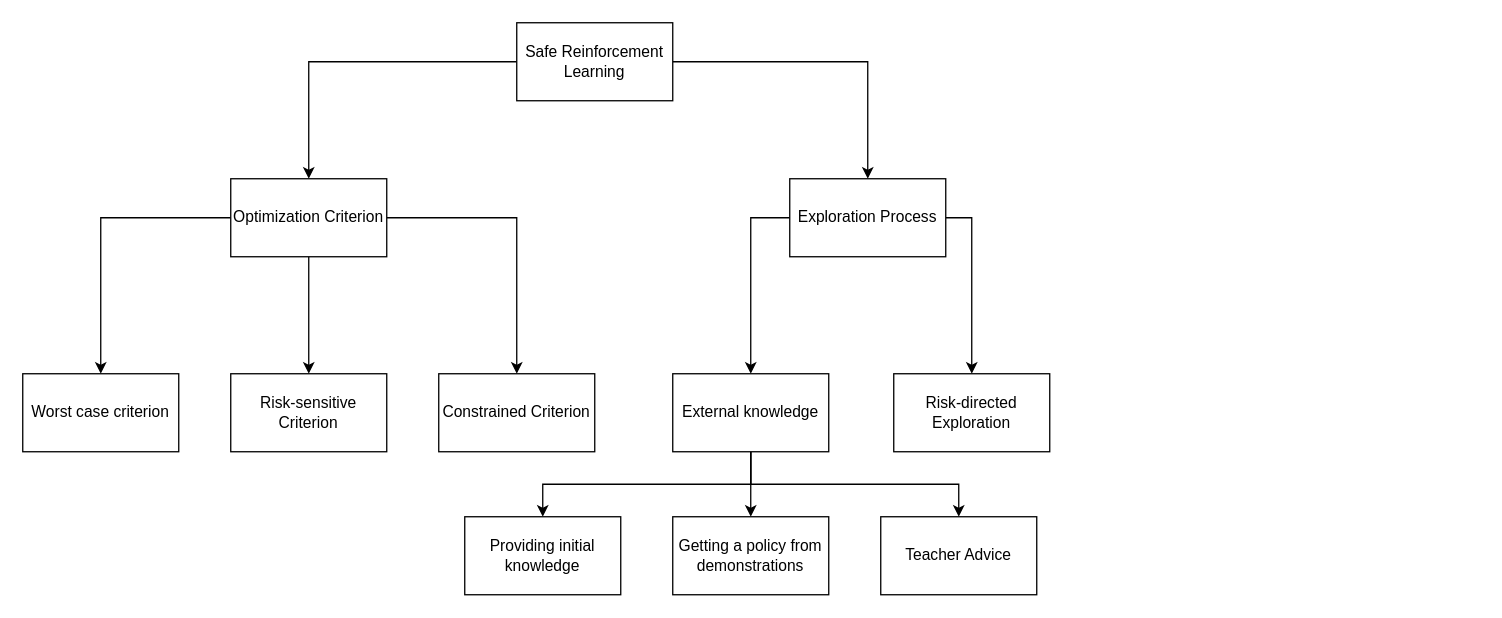
This is figs/SafeRLClassify.drawio from bobkatla/Honours_SafeRLWithXAI, a draw.io file, before an edit. Source tidied: cells renumbered, new cells numbered last; positions are measured from the earlier drawing's top-left corner, leaving out a move shared by most shapes. Both pictures are drawn from the tidied source at 130%, with x=0, y=0 at pixel (22, 22).
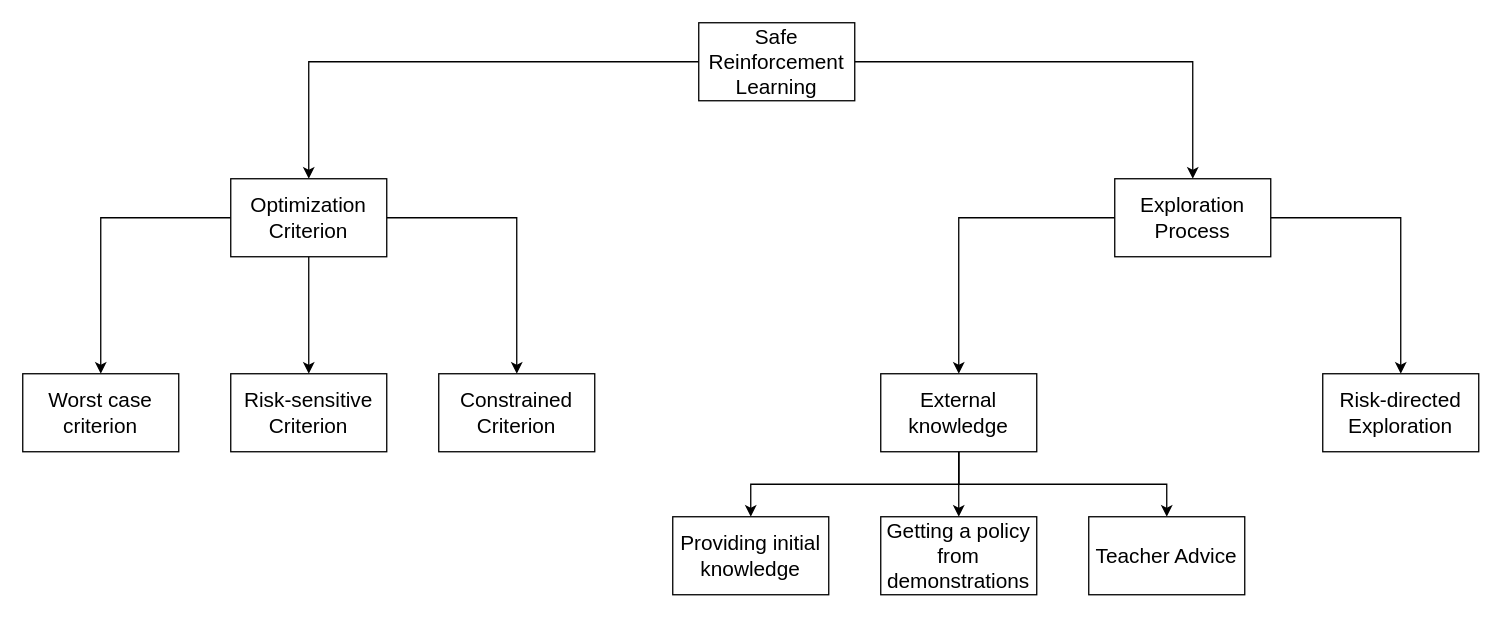
After the change.

Diff of the diagram source:
```diff
@@
-    <mxCell id="2" style="edgeStyle=orthogonalEdgeStyle;rounded=0;jettySize=auto;html=1;entryX=0.5;entryY=0;entryDx=0;entryDy=0;" parent="1" edge="1" source="4" target="8">
+    <mxCell id="2" style="edgeStyle=orthogonalEdgeStyle;rounded=0;jettySize=auto;html=1;entryX=0.5;entryY=0;entryDx=0;entryDy=0;fontSize=16;" parent="1" edge="1" source="4" target="8">
       <mxGeometry relative="1" as="geometry" />
     </mxCell>
-    <mxCell id="3" style="edgeStyle=orthogonalEdgeStyle;rounded=0;jettySize=auto;html=1;exitX=1;exitY=0.5;exitDx=0;exitDy=0;entryX=0.5;entryY=0;entryDx=0;entryDy=0;" parent="1" edge="1" source="4" target="11">
+    <mxCell id="3" style="edgeStyle=orthogonalEdgeStyle;rounded=0;jettySize=auto;html=1;exitX=1;exitY=0.5;exitDx=0;exitDy=0;entryX=0.5;entryY=0;entryDx=0;entryDy=0;fontSize=16;" parent="1" edge="1" source="4" target="11">
       <mxGeometry relative="1" as="geometry" />
     </mxCell>
-    <mxCell id="4" value="Safe Reinforcement Learning" style="rounded=0;whiteSpace=wrap;html=1;" parent="1" vertex="1">
-      <mxGeometry x="380" width="120" height="60" as="geometry" />
+    <mxCell id="4" value="Safe Reinforcement Learning" style="rounded=0;whiteSpace=wrap;html=1;fontSize=16;" parent="1" vertex="1">
+      <mxGeometry x="520" width="120" height="60" as="geometry" />
     </mxCell>
-    <mxCell id="5" style="edgeStyle=orthogonalEdgeStyle;rounded=0;jettySize=auto;html=1;exitX=0;exitY=0.5;exitDx=0;exitDy=0;entryX=0.5;entryY=0;entryDx=0;entryDy=0;" parent="1" edge="1" source="8" target="12">
+    <mxCell id="5" style="edgeStyle=orthogonalEdgeStyle;rounded=0;jettySize=auto;html=1;exitX=0;exitY=0.5;exitDx=0;exitDy=0;entryX=0.5;entryY=0;entryDx=0;entryDy=0;fontSize=16;" parent="1" edge="1" source="8" target="12">
       <mxGeometry relative="1" as="geometry" />
     </mxCell>
-    <mxCell id="6" style="edgeStyle=orthogonalEdgeStyle;rounded=0;jettySize=auto;html=1;exitX=0.5;exitY=1;exitDx=0;exitDy=0;entryX=0.5;entryY=0;entryDx=0;entryDy=0;" parent="1" edge="1" source="8" target="14">
+    <mxCell id="6" style="edgeStyle=orthogonalEdgeStyle;rounded=0;jettySize=auto;html=1;exitX=0.5;exitY=1;exitDx=0;exitDy=0;entryX=0.5;entryY=0;entryDx=0;entryDy=0;fontSize=16;" parent="1" edge="1" source="8" target="14">
       <mxGeometry relative="1" as="geometry" />
     </mxCell>
-    <mxCell id="7" style="edgeStyle=orthogonalEdgeStyle;rounded=0;jettySize=auto;html=1;exitX=1;exitY=0.5;exitDx=0;exitDy=0;entryX=0.5;entryY=0;entryDx=0;entryDy=0;" parent="1" edge="1" source="8" target="13">
+    <mxCell id="7" style="edgeStyle=orthogonalEdgeStyle;rounded=0;jettySize=auto;html=1;exitX=1;exitY=0.5;exitDx=0;exitDy=0;entryX=0.5;entryY=0;entryDx=0;entryDy=0;fontSize=16;" parent="1" edge="1" source="8" target="13">
       <mxGeometry relative="1" as="geometry" />
     </mxCell>
-    <mxCell id="8" value="Optimization Criterion" style="rounded=0;whiteSpace=wrap;html=1;" parent="1" vertex="1">
+    <mxCell id="8" value="Optimization Criterion" style="rounded=0;whiteSpace=wrap;html=1;fontSize=16;" parent="1" vertex="1">
       <mxGeometry x="160" y="120" width="120" height="60" as="geometry" />
     </mxCell>
-    <mxCell id="9" style="edgeStyle=orthogonalEdgeStyle;rounded=0;jettySize=auto;html=1;exitX=0;exitY=0.5;exitDx=0;exitDy=0;" parent="1" edge="1" source="11" target="18">
+    <mxCell id="9" style="edgeStyle=orthogonalEdgeStyle;rounded=0;jettySize=auto;html=1;exitX=0;exitY=0.5;exitDx=0;exitDy=0;fontSize=16;" parent="1" edge="1" source="11" target="18">
       <mxGeometry relative="1" as="geometry" />
     </mxCell>
-    <mxCell id="10" style="edgeStyle=orthogonalEdgeStyle;rounded=0;jettySize=auto;html=1;exitX=1;exitY=0.5;exitDx=0;exitDy=0;" parent="1" edge="1" source="11" target="19">
+    <mxCell id="10" style="edgeStyle=orthogonalEdgeStyle;rounded=0;jettySize=auto;html=1;exitX=1;exitY=0.5;exitDx=0;exitDy=0;fontSize=16;" parent="1" edge="1" source="11" target="19">
       <mxGeometry relative="1" as="geometry" />
     </mxCell>
-    <mxCell id="11" value="Exploration Process" style="rounded=0;whiteSpace=wrap;html=1;" parent="1" vertex="1">
-      <mxGeometry x="590" y="120" width="120" height="60" as="geometry" />
+    <mxCell id="11" value="Exploration Process" style="rounded=0;whiteSpace=wrap;html=1;fontSize=16;" parent="1" vertex="1">
+      <mxGeometry x="840" y="120" width="120" height="60" as="geometry" />
     </mxCell>
-    <mxCell id="12" value="Worst case criterion" style="rounded=0;whiteSpace=wrap;html=1;" parent="1" vertex="1">
+    <mxCell id="12" value="Worst case criterion" style="rounded=0;whiteSpace=wrap;html=1;fontSize=16;" parent="1" vertex="1">
       <mxGeometry y="270" width="120" height="60" as="geometry" />
     </mxCell>
-    <mxCell id="13" value="Constrained Criterion" style="rounded=0;whiteSpace=wrap;html=1;" parent="1" vertex="1">
+    <mxCell id="13" value="Constrained Criterion" style="rounded=0;whiteSpace=wrap;html=1;fontSize=16;" parent="1" vertex="1">
       <mxGeometry x="320" y="270" width="120" height="60" as="geometry" />
     </mxCell>
-    <mxCell id="14" value="Risk-sensitive Criterion" style="rounded=0;whiteSpace=wrap;html=1;" parent="1" vertex="1">
+    <mxCell id="14" value="Risk-sensitive Criterion" style="rounded=0;whiteSpace=wrap;html=1;fontSize=16;" parent="1" vertex="1">
       <mxGeometry x="160" y="270" width="120" height="60" as="geometry" />
     </mxCell>
-    <mxCell id="15" style="edgeStyle=orthogonalEdgeStyle;rounded=0;jettySize=auto;html=1;exitX=0.5;exitY=1;exitDx=0;exitDy=0;entryX=0.5;entryY=0;entryDx=0;entryDy=0;" parent="1" edge="1" source="18" target="22">
+    <mxCell id="15" style="edgeStyle=orthogonalEdgeStyle;rounded=0;jettySize=auto;html=1;exitX=0.5;exitY=1;exitDx=0;exitDy=0;entryX=0.5;entryY=0;entryDx=0;entryDy=0;fontSize=16;" parent="1" edge="1" source="18" target="22">
       <mxGeometry relative="1" as="geometry">
         <Array as="points">
           <mxPoint x="560" y="355" />
           <mxPoint x="400" y="355" />
         </Array>
       </mxGeometry>
     </mxCell>
-    <mxCell id="16" style="edgeStyle=orthogonalEdgeStyle;rounded=0;jettySize=auto;html=1;exitX=0.5;exitY=1;exitDx=0;exitDy=0;entryX=0.5;entryY=0;entryDx=0;entryDy=0;" parent="1" edge="1" source="18" target="20">
+    <mxCell id="16" style="edgeStyle=orthogonalEdgeStyle;rounded=0;jettySize=auto;html=1;exitX=0.5;exitY=1;exitDx=0;exitDy=0;entryX=0.5;entryY=0;entryDx=0;entryDy=0;fontSize=16;" parent="1" edge="1" source="18" target="20">
       <mxGeometry relative="1" as="geometry" />
     </mxCell>
-    <mxCell id="17" style="edgeStyle=orthogonalEdgeStyle;rounded=0;jettySize=auto;html=1;exitX=0.5;exitY=1;exitDx=0;exitDy=0;entryX=0.5;entryY=0;entryDx=0;entryDy=0;" parent="1" edge="1" source="18" target="21">
+    <mxCell id="17" style="edgeStyle=orthogonalEdgeStyle;rounded=0;jettySize=auto;html=1;exitX=0.5;exitY=1;exitDx=0;exitDy=0;entryX=0.5;entryY=0;entryDx=0;entryDy=0;fontSize=16;" parent="1" edge="1" source="18" target="21">
       <mxGeometry relative="1" as="geometry" />
     </mxCell>
-    <mxCell id="18" value="External knowledge" style="rounded=0;whiteSpace=wrap;html=1;" parent="1" vertex="1">
-      <mxGeometry x="500" y="270" width="120" height="60" as="geometry" />
+    <mxCell id="18" value="External knowledge" style="rounded=0;whiteSpace=wrap;html=1;fontSize=16;" parent="1" vertex="1">
+      <mxGeometry x="660" y="270" width="120" height="60" as="geometry" />
     </mxCell>
-    <mxCell id="19" value="Risk-directed Exploration" style="rounded=0;whiteSpace=wrap;html=1;" parent="1" vertex="1">
-      <mxGeometry x="670" y="270" width="120" height="60" as="geometry" />
+    <mxCell id="19" value="Risk-directed Exploration" style="rounded=0;whiteSpace=wrap;html=1;fontSize=16;" parent="1" vertex="1">
+      <mxGeometry x="1000" y="270" width="120" height="60" as="geometry" />
     </mxCell>
-    <mxCell id="20" value="Getting a policy from demonstrations" style="rounded=0;whiteSpace=wrap;html=1;" parent="1" vertex="1">
-      <mxGeometry x="500" y="380" width="120" height="60" as="geometry" />
+    <mxCell id="20" value="Getting a policy from demonstrations" style="rounded=0;whiteSpace=wrap;html=1;fontSize=16;" parent="1" vertex="1">
+      <mxGeometry x="660" y="380" width="120" height="60" as="geometry" />
     </mxCell>
-    <mxCell id="21" value="Teacher Advice" style="rounded=0;whiteSpace=wrap;html=1;" parent="1" vertex="1">
-      <mxGeometry x="660" y="380" width="120" height="60" as="geometry" />
+    <mxCell id="21" value="Teacher Advice" style="rounded=0;whiteSpace=wrap;html=1;fontSize=16;" parent="1" vertex="1">
+      <mxGeometry x="820" y="380" width="120" height="60" as="geometry" />
     </mxCell>
-    <mxCell id="22" value="Providing initial knowledge" style="rounded=0;whiteSpace=wrap;html=1;" parent="1" vertex="1">
-      <mxGeometry x="340" y="380" width="120" height="60" as="geometry" />
+    <mxCell id="22" value="Providing initial knowledge" style="rounded=0;whiteSpace=wrap;html=1;fontSize=16;" parent="1" vertex="1">
+      <mxGeometry x="500" y="380" width="120" height="60" as="geometry" />
     </mxCell>
```
